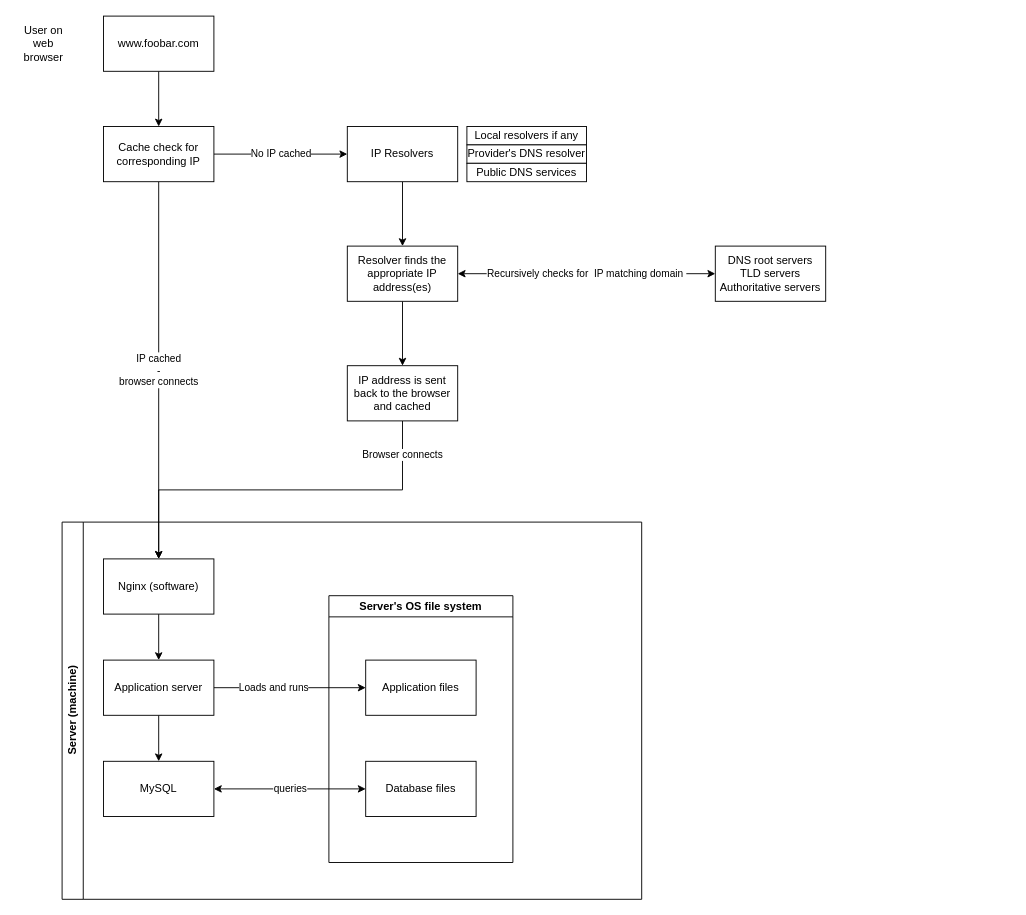
This is web_infrastructure_design/0-simple_web_stack.drawio from jmitchell35/holbertonschool-system_engineering-devops, a draw.io file, before an edit. Source tidied: cells renumbered, new cells numbered last; positions are measured from the earlier drawing's top-left corner, leaving out a move shared by most shapes. Both pictures are drawn from the tidied source at 92%, with x=0, y=0 at pixel (16, 16).
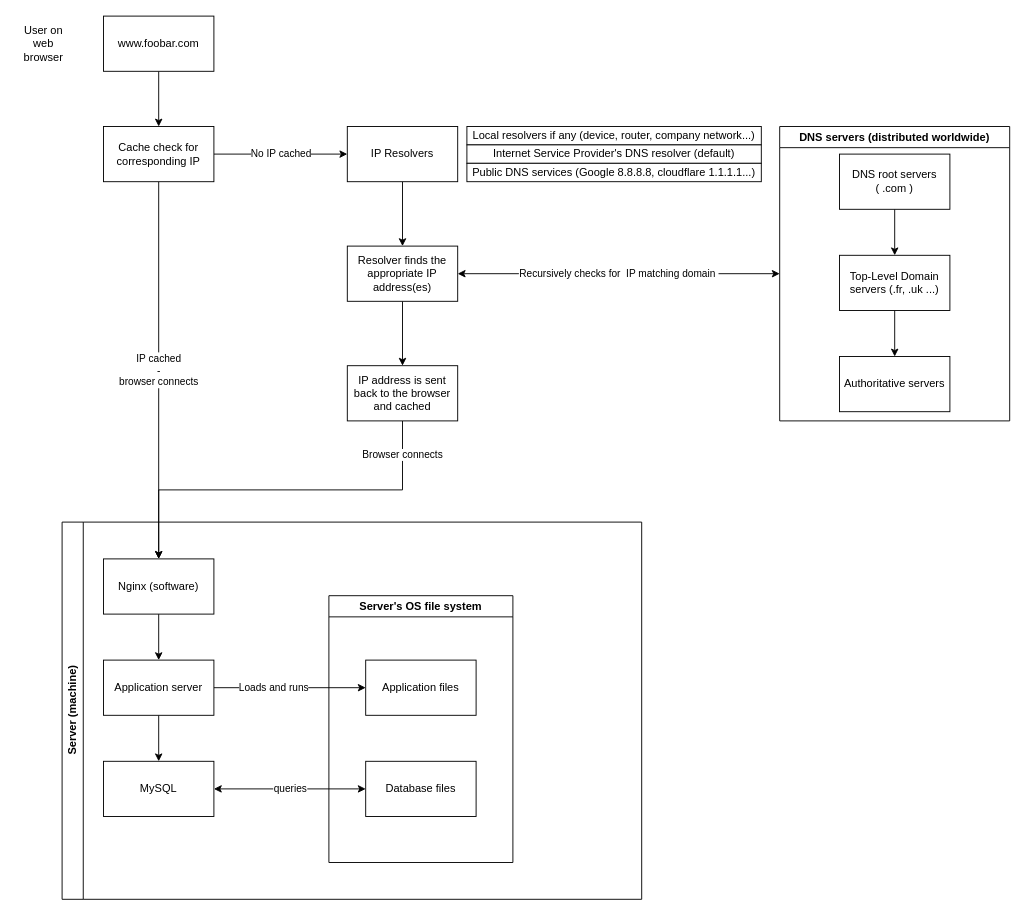
Above is the later version.

Commit message:
Updated DNS recursive DNS resolving representation

The change refers to these unchanged cells:
```xml
<mxCell id="12" value="Resolver finds the appropriate IP address(es)" style="rounded=0;whiteSpace=wrap;html=1;" parent="1" vertex="1">
  <mxGeometry x="360" y="250" width="120" height="60" as="geometry" />
</mxCell>
```

Diff of the diagram source:
```diff
@@
-    <mxCell id="11" value="Recursively checks for&amp;nbsp; IP matching domain&amp;nbsp;" style="edgeStyle=orthogonalEdgeStyle;rounded=0;jettySize=auto;html=1;exitX=1;exitY=0.5;exitDx=0;exitDy=0;entryX=0;entryY=0.5;entryDx=0;entryDy=0;startArrow=classic;startFill=1;" parent="1" edge="1" source="12" target="15">
+    <mxCell id="11" value="Recursively checks for&amp;nbsp; IP matching domain&amp;nbsp;" style="edgeStyle=orthogonalEdgeStyle;rounded=0;jettySize=auto;html=1;exitX=1;exitY=0.5;exitDx=0;exitDy=0;entryX=0;entryY=0.5;entryDx=0;entryDy=0;startArrow=classic;startFill=1;" parent="1" edge="1" source="12" target="30">
       <mxGeometry relative="1" as="geometry" />
     </mxCell>
@@
-    <mxCell id="15" value="DNS root servers&lt;br&gt;TLD servers&lt;div&gt;Authoritative servers&lt;/div&gt;" style="rounded=0;whiteSpace=wrap;html=1;" parent="1" vertex="1">
-      <mxGeometry x="760" y="250" width="120" height="60" as="geometry" />
-    </mxCell>
@@
-    <mxCell id="27" value="Local resolvers if any" style="rounded=0;whiteSpace=wrap;html=1;" parent="1" vertex="1">
-      <mxGeometry x="490" y="120" width="130" height="20" as="geometry" />
+    <mxCell id="27" value="Local resolvers if any (device, router, company network...)" style="rounded=0;whiteSpace=wrap;html=1;" parent="1" vertex="1">
+      <mxGeometry x="490" y="120" width="320" height="20" as="geometry" />
     </mxCell>
-    <mxCell id="28" value="Provider's DNS resolver" style="rounded=0;whiteSpace=wrap;html=1;" parent="1" vertex="1">
-      <mxGeometry x="490" y="140" width="130" height="20" as="geometry" />
+    <mxCell id="28" value="Internet Service Provider's DNS resolver (default)" style="rounded=0;whiteSpace=wrap;html=1;" parent="1" vertex="1">
+      <mxGeometry x="490" y="140" width="320" height="20" as="geometry" />
     </mxCell>
-    <mxCell id="29" value="Public DNS services" style="rounded=0;whiteSpace=wrap;html=1;" parent="1" vertex="1">
-      <mxGeometry x="490" y="160" width="130" height="20" as="geometry" />
+    <mxCell id="29" value="Public DNS services (Google 8.8.8.8, cloudflare 1.1.1.1...)" style="rounded=0;whiteSpace=wrap;html=1;" parent="1" vertex="1">
+      <mxGeometry x="490" y="160" width="320" height="20" as="geometry" />
     </mxCell>
+    <mxCell id="30" value="DNS servers (distributed worldwide)" style="swimlane;whiteSpace=wrap;html=1;" parent="1" vertex="1">
+      <mxGeometry x="830" y="120" width="250" height="320" as="geometry" />
+    </mxCell>
+    <mxCell id="31" style="edgeStyle=orthogonalEdgeStyle;rounded=0;jettySize=auto;html=1;exitX=0.5;exitY=1;exitDx=0;exitDy=0;entryX=0.5;entryY=0;entryDx=0;entryDy=0;" parent="30" edge="1" source="15" target="33">
+      <mxGeometry relative="1" as="geometry" />
+    </mxCell>
+    <mxCell id="15" value="DNS root servers &lt;br&gt;( .com )" style="rounded=0;whiteSpace=wrap;html=1;" parent="30" vertex="1">
+      <mxGeometry x="65" y="30" width="120" height="60" as="geometry" />
+    </mxCell>
+    <mxCell id="32" style="edgeStyle=orthogonalEdgeStyle;rounded=0;jettySize=auto;html=1;exitX=0.5;exitY=1;exitDx=0;exitDy=0;entryX=0.5;entryY=0;entryDx=0;entryDy=0;" parent="30" edge="1" source="33" target="34">
+      <mxGeometry relative="1" as="geometry" />
+    </mxCell>
+    <mxCell id="33" value="Top-Level Domain servers (.fr, .uk ...)" style="rounded=0;whiteSpace=wrap;html=1;" parent="30" vertex="1">
+      <mxGeometry x="65" y="140" width="120" height="60" as="geometry" />
+    </mxCell>
+    <mxCell id="34" value="&lt;div&gt;Authoritative servers&lt;/div&gt;" style="rounded=0;whiteSpace=wrap;html=1;" parent="30" vertex="1">
+      <mxGeometry x="65" y="250" width="120" height="60" as="geometry" />
+    </mxCell>
```
